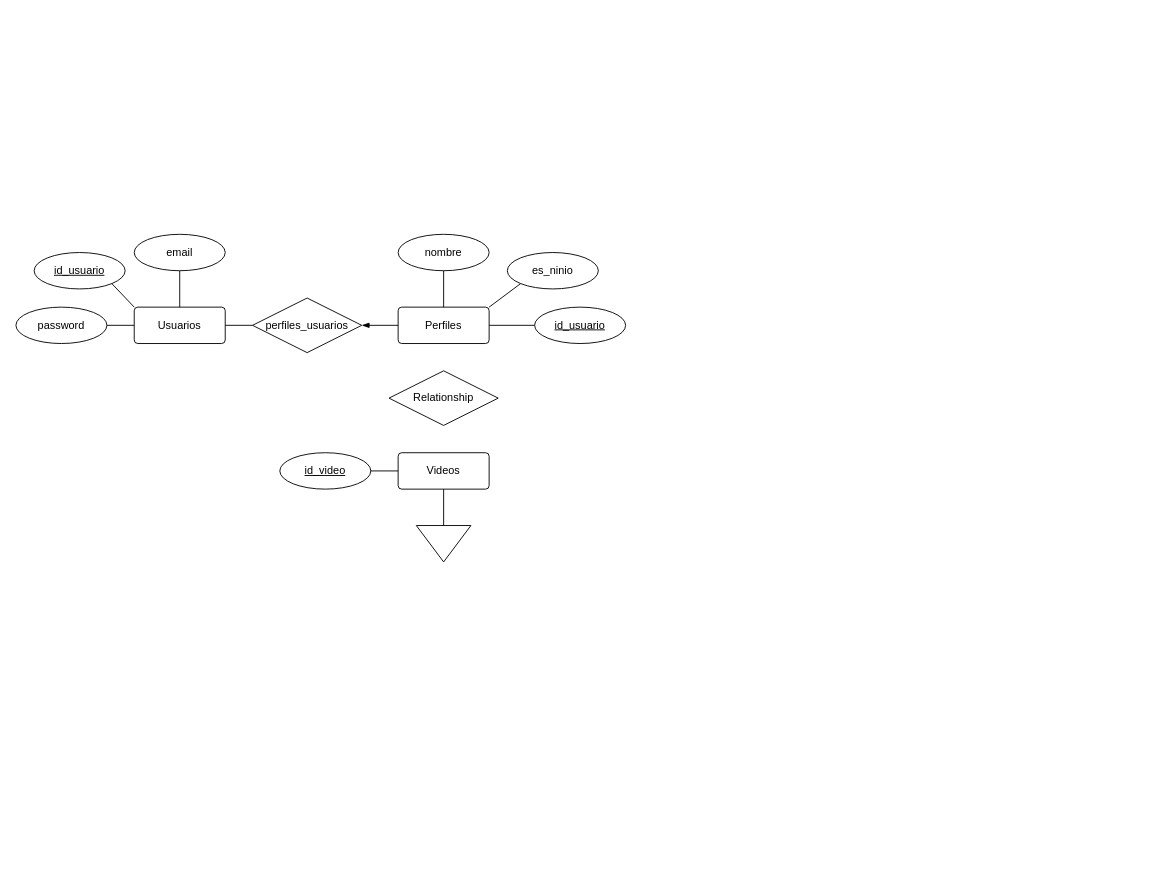
PibeCaverna/VideoDataBase-PCII keeps this draw.io diagram as Entidad-Relacion.drawio. Above is the earlier version. Source tidied: cells renumbered, new cells numbered last; positions are measured from the earlier drawing's top-left corner, leaving out a move shared by most shapes. Both pictures are drawn from the tidied source at 91%, with x=0, y=0 at pixel (15, 234).
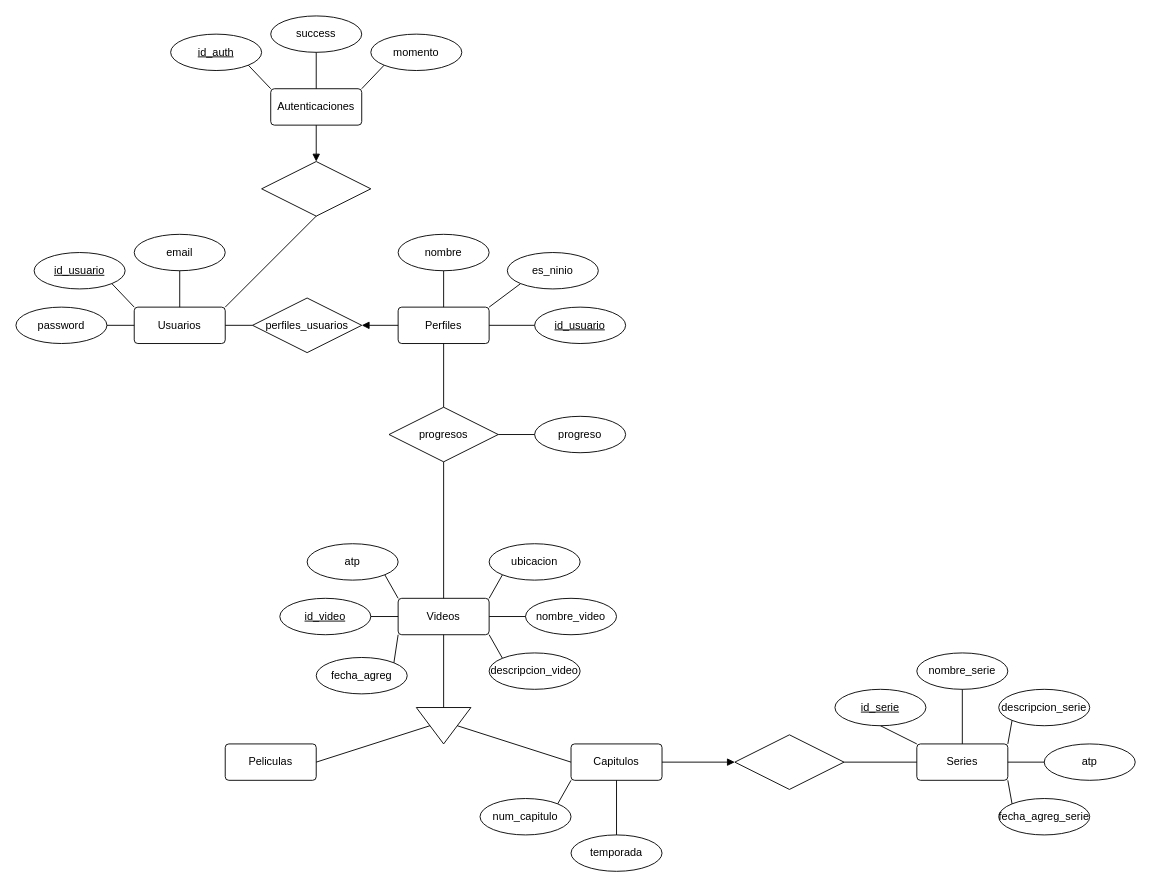
After the change.

Unchanged cells that the change refers to:
```xml
<mxCell id="2" value="Usuarios" style="rounded=1;arcSize=10;whiteSpace=wrap;html=1;align=center;" parent="1" vertex="1">
  <mxGeometry x="130" y="80" width="100" height="40" as="geometry" />
</mxCell>
<mxCell id="6" value="Perfiles" style="rounded=1;arcSize=10;whiteSpace=wrap;html=1;align=center;" parent="1" vertex="1">
  <mxGeometry x="420" y="80" width="100" height="40" as="geometry" />
</mxCell>
<mxCell id="9" value="perfiles_usuarios" style="shape=rhombus;perimeter=rhombusPerimeter;whiteSpace=wrap;html=1;align=center;" parent="1" vertex="1">
  <mxGeometry x="260" y="70" width="120" height="60" as="geometry" />
</mxCell>
```

Change to the diagram source:
```diff
@@
-    <mxCell id="10" style="endArrow=none;html=1;rounded=0;exitX=1;exitY=0.5;exitDx=0;exitDy=0;entryX=0;entryY=0.5;entryDx=0;entryDy=0;startArrow=blockThin;startFill=1;" parent="1" edge="1" source="9" target="6">
+    <mxCell id="10" style="endArrow=none;html=1;rounded=0;exitX=1;exitY=0.5;exitDx=0;exitDy=0;entryX=0;entryY=0.5;entryDx=0;entryDy=0;startArrow=block;startFill=1;" parent="1" edge="1" source="9" target="6">
       <mxGeometry relative="1" as="geometry" />
     </mxCell>
@@
     <mxCell id="17" value="Videos" style="rounded=1;arcSize=10;whiteSpace=wrap;html=1;align=center;" parent="1" vertex="1">
-      <mxGeometry x="420" y="240" width="100" height="40" as="geometry" />
+      <mxGeometry x="420" y="400" width="100" height="40" as="geometry" />
     </mxCell>
     <mxCell id="18" value="&lt;u&gt;id_video&lt;/u&gt;" style="ellipse;whiteSpace=wrap;html=1;align=center;" parent="1" vertex="1">
-      <mxGeometry x="290" y="240" width="100" height="40" as="geometry" />
+      <mxGeometry x="290" y="400" width="100" height="40" as="geometry" />
     </mxCell>
@@
     <mxCell id="22" style="triangle;whiteSpace=wrap;html=1;rotation=90;" parent="1" vertex="1">
-      <mxGeometry x="450" y="310" width="40" height="60" as="geometry" />
+      <mxGeometry x="450" y="510" width="40" height="60" as="geometry" />
     </mxCell>
@@
-    <mxCell id="24" value="Relationship" style="shape=rhombus;perimeter=rhombusPerimeter;whiteSpace=wrap;html=1;align=center;" parent="1" vertex="1">
-      <mxGeometry x="410" y="150" width="120" height="60" as="geometry" />
+    <mxCell id="24" value="progresos" style="shape=rhombus;perimeter=rhombusPerimeter;whiteSpace=wrap;html=1;align=center;" parent="1" vertex="1">
+      <mxGeometry x="410" y="190" width="120" height="60" as="geometry" />
     </mxCell>
+    <mxCell id="25" value="Autenticaciones" style="rounded=1;arcSize=10;whiteSpace=wrap;html=1;align=center;" parent="1" vertex="1">
+      <mxGeometry x="280" y="-160" width="100" height="40" as="geometry" />
+    </mxCell>
+    <mxCell id="26" value="id_auth" style="ellipse;whiteSpace=wrap;html=1;align=center;fontStyle=4;" parent="1" vertex="1">
+      <mxGeometry x="170" y="-220" width="100" height="40" as="geometry" />
+    </mxCell>
+    <mxCell id="27" value="momento" style="ellipse;whiteSpace=wrap;html=1;align=center;" parent="1" vertex="1">
+      <mxGeometry x="390" y="-220" width="100" height="40" as="geometry" />
+    </mxCell>
+    <mxCell id="28" value="success" style="ellipse;whiteSpace=wrap;html=1;align=center;" parent="1" vertex="1">
+      <mxGeometry x="280" y="-240" width="100" height="40" as="geometry" />
+    </mxCell>
+    <mxCell id="29" style="endArrow=none;html=1;rounded=0;entryX=0.5;entryY=1;entryDx=0;entryDy=0;exitX=0.5;exitY=0;exitDx=0;exitDy=0;" parent="1" edge="1" source="25" target="28">
+      <mxGeometry relative="1" as="geometry" />
+    </mxCell>
+    <mxCell id="30" style="endArrow=none;html=1;rounded=0;entryX=1;entryY=1;entryDx=0;entryDy=0;exitX=0;exitY=0;exitDx=0;exitDy=0;" parent="1" edge="1" source="25" target="26">
+      <mxGeometry relative="1" as="geometry" />
+    </mxCell>
+    <mxCell id="31" style="endArrow=none;html=1;rounded=0;exitX=0;exitY=1;exitDx=0;exitDy=0;entryX=1;entryY=0;entryDx=0;entryDy=0;" parent="1" edge="1" source="27" target="25">
+      <mxGeometry relative="1" as="geometry" />
+    </mxCell>
+    <mxCell id="32" style="shape=rhombus;perimeter=rhombusPerimeter;whiteSpace=wrap;html=1;align=center;" parent="1" vertex="1">
+      <mxGeometry x="270" y="-80" width="120" height="60" as="geometry" />
+    </mxCell>
+    <mxCell id="33" style="endArrow=none;html=1;rounded=0;exitX=1;exitY=0;exitDx=0;exitDy=0;entryX=0.5;entryY=1;entryDx=0;entryDy=0;" parent="1" edge="1" source="2" target="32">
+      <mxGeometry relative="1" as="geometry" />
+    </mxCell>
+    <mxCell id="34" style="endArrow=none;html=1;rounded=0;entryX=0.5;entryY=1;entryDx=0;entryDy=0;exitX=0.5;exitY=0;exitDx=0;exitDy=0;endFill=0;startArrow=block;startFill=1;" parent="1" edge="1" source="32" target="25">
+      <mxGeometry relative="1" as="geometry" />
+    </mxCell>
+    <mxCell id="35" style="endArrow=none;html=1;rounded=0;exitX=0.5;exitY=0;exitDx=0;exitDy=0;entryX=0.5;entryY=1;entryDx=0;entryDy=0;" parent="1" edge="1" source="24" target="6">
+      <mxGeometry relative="1" as="geometry" />
+    </mxCell>
+    <mxCell id="36" style="endArrow=none;html=1;rounded=0;exitX=0.5;exitY=0;exitDx=0;exitDy=0;entryX=0.5;entryY=1;entryDx=0;entryDy=0;" parent="1" edge="1" source="17" target="24">
+      <mxGeometry relative="1" as="geometry" />
+    </mxCell>
+    <mxCell id="37" value="progreso" style="ellipse;whiteSpace=wrap;html=1;align=center;" parent="1" vertex="1">
+      <mxGeometry x="570" y="200" width="100" height="40" as="geometry" />
+    </mxCell>
+    <mxCell id="38" style="endArrow=none;html=1;rounded=0;entryX=0;entryY=0.5;entryDx=0;entryDy=0;exitX=1;exitY=0.5;exitDx=0;exitDy=0;" parent="1" edge="1" source="24" target="37">
+      <mxGeometry relative="1" as="geometry" />
+    </mxCell>
+    <mxCell id="39" value="ubicacion" style="ellipse;whiteSpace=wrap;html=1;align=center;" parent="1" vertex="1">
+      <mxGeometry x="520" y="340" width="100" height="40" as="geometry" />
+    </mxCell>
+    <mxCell id="40" value="nombre_video" style="ellipse;whiteSpace=wrap;html=1;align=center;" parent="1" vertex="1">
+      <mxGeometry x="560" y="400" width="100" height="40" as="geometry" />
+    </mxCell>
+    <mxCell id="41" value="descripcion_video" style="ellipse;whiteSpace=wrap;html=1;align=center;" parent="1" vertex="1">
+      <mxGeometry x="520" y="460" width="100" height="40" as="geometry" />
+    </mxCell>
+    <mxCell id="42" value="atp" style="ellipse;whiteSpace=wrap;html=1;align=center;" parent="1" vertex="1">
+      <mxGeometry x="320" y="340" width="100" height="40" as="geometry" />
+    </mxCell>
+    <mxCell id="43" style="endArrow=none;html=1;rounded=0;exitX=1;exitY=1;exitDx=0;exitDy=0;entryX=0;entryY=0;entryDx=0;entryDy=0;" parent="1" edge="1" source="42" target="17">
+      <mxGeometry relative="1" as="geometry" />
+    </mxCell>
+    <mxCell id="44" style="endArrow=none;html=1;rounded=0;exitX=0;exitY=1;exitDx=0;exitDy=0;entryX=1;entryY=0;entryDx=0;entryDy=0;" parent="1" edge="1" source="39" target="17">
+      <mxGeometry relative="1" as="geometry" />
+    </mxCell>
+    <mxCell id="45" style="endArrow=none;html=1;rounded=0;exitX=0;exitY=0.5;exitDx=0;exitDy=0;entryX=1;entryY=0.5;entryDx=0;entryDy=0;" parent="1" edge="1" source="40" target="17">
+      <mxGeometry relative="1" as="geometry" />
+    </mxCell>
+    <mxCell id="46" style="endArrow=none;html=1;rounded=0;exitX=0;exitY=0;exitDx=0;exitDy=0;entryX=1;entryY=1;entryDx=0;entryDy=0;" parent="1" edge="1" source="41" target="17">
+      <mxGeometry relative="1" as="geometry" />
+    </mxCell>
+    <mxCell id="47" value="Capitulos" style="rounded=1;arcSize=10;whiteSpace=wrap;html=1;align=center;" parent="1" vertex="1">
+      <mxGeometry x="610" y="560" width="100" height="40" as="geometry" />
+    </mxCell>
+    <mxCell id="48" value="Peliculas" style="rounded=1;arcSize=10;whiteSpace=wrap;html=1;align=center;" parent="1" vertex="1">
+      <mxGeometry x="230" y="560" width="100" height="40" as="geometry" />
+    </mxCell>
+    <mxCell id="49" style="endArrow=none;html=1;rounded=0;exitX=1;exitY=0.5;exitDx=0;exitDy=0;entryX=0.5;entryY=1;entryDx=0;entryDy=0;" parent="1" edge="1" source="48" target="22">
+      <mxGeometry relative="1" as="geometry" />
+    </mxCell>
+    <mxCell id="50" style="endArrow=none;html=1;rounded=0;exitX=0;exitY=0.5;exitDx=0;exitDy=0;entryX=0.5;entryY=0;entryDx=0;entryDy=0;" parent="1" edge="1" source="47" target="22">
+      <mxGeometry relative="1" as="geometry" />
+    </mxCell>
+    <mxCell id="51" value="num_capitulo" style="ellipse;whiteSpace=wrap;html=1;align=center;" parent="1" vertex="1">
+      <mxGeometry x="510" y="620" width="100" height="40" as="geometry" />
+    </mxCell>
+    <mxCell id="52" value="temporada" style="ellipse;whiteSpace=wrap;html=1;align=center;" parent="1" vertex="1">
+      <mxGeometry x="610" y="660" width="100" height="40" as="geometry" />
+    </mxCell>
+    <mxCell id="53" style="endArrow=none;html=1;rounded=0;exitX=1;exitY=0;exitDx=0;exitDy=0;entryX=0;entryY=1;entryDx=0;entryDy=0;" parent="1" edge="1" source="51" target="47">
+      <mxGeometry relative="1" as="geometry" />
+    </mxCell>
+    <mxCell id="54" style="endArrow=none;html=1;rounded=0;exitX=0.5;exitY=0;exitDx=0;exitDy=0;entryX=0.5;entryY=1;entryDx=0;entryDy=0;" parent="1" edge="1" source="52" target="47">
+      <mxGeometry relative="1" as="geometry" />
+    </mxCell>
+    <mxCell id="55" style="shape=rhombus;perimeter=rhombusPerimeter;whiteSpace=wrap;html=1;align=center;" parent="1" vertex="1">
+      <mxGeometry x="790" y="550" width="120" height="60" as="geometry" />
+    </mxCell>
+    <mxCell id="56" style="endArrow=none;html=1;rounded=0;exitX=0;exitY=0.5;exitDx=0;exitDy=0;entryX=1;entryY=0.5;entryDx=0;entryDy=0;startArrow=block;startFill=1;" parent="1" edge="1" source="55" target="47">
+      <mxGeometry relative="1" as="geometry" />
+    </mxCell>
+    <mxCell id="57" value="Series" style="rounded=1;arcSize=10;whiteSpace=wrap;html=1;align=center;" parent="1" vertex="1">
+      <mxGeometry x="990" y="560" width="100" height="40" as="geometry" />
+    </mxCell>
+    <mxCell id="58" value="&lt;u&gt;id_serie&lt;/u&gt;" style="ellipse;whiteSpace=wrap;html=1;align=center;" parent="1" vertex="1">
+      <mxGeometry x="900" y="500" width="100" height="40" as="geometry" />
+    </mxCell>
+    <mxCell id="59" value="nombre_serie" style="ellipse;whiteSpace=wrap;html=1;align=center;" parent="1" vertex="1">
+      <mxGeometry x="990" y="460" width="100" height="40" as="geometry" />
+    </mxCell>
+    <mxCell id="60" value="descripcion_serie" style="ellipse;whiteSpace=wrap;html=1;align=center;" parent="1" vertex="1">
+      <mxGeometry x="1080" y="500" width="100" height="40" as="geometry" />
+    </mxCell>
+    <mxCell id="61" value="atp" style="ellipse;whiteSpace=wrap;html=1;align=center;" parent="1" vertex="1">
+      <mxGeometry x="1130" y="560" width="100" height="40" as="geometry" />
+    </mxCell>
+    <mxCell id="62" value="fecha_agreg_serie" style="ellipse;whiteSpace=wrap;html=1;align=center;" parent="1" vertex="1">
+      <mxGeometry x="1080" y="620" width="100" height="40" as="geometry" />
+    </mxCell>
+    <mxCell id="63" style="endArrow=none;html=1;rounded=0;exitX=0;exitY=0;exitDx=0;exitDy=0;entryX=0.5;entryY=1;entryDx=0;entryDy=0;" parent="1" edge="1" source="57" target="58">
+      <mxGeometry relative="1" as="geometry" />
+    </mxCell>
+    <mxCell id="64" style="endArrow=none;html=1;rounded=0;exitX=0.5;exitY=0;exitDx=0;exitDy=0;entryX=0.5;entryY=1;entryDx=0;entryDy=0;" parent="1" edge="1" source="57" target="59">
+      <mxGeometry relative="1" as="geometry" />
+    </mxCell>
+    <mxCell id="65" style="endArrow=none;html=1;rounded=0;exitX=1;exitY=0;exitDx=0;exitDy=0;entryX=0;entryY=1;entryDx=0;entryDy=0;" parent="1" edge="1" source="57" target="60">
+      <mxGeometry relative="1" as="geometry" />
+    </mxCell>
+    <mxCell id="66" style="endArrow=none;html=1;rounded=0;exitX=1;exitY=0.5;exitDx=0;exitDy=0;entryX=0;entryY=0.5;entryDx=0;entryDy=0;" parent="1" edge="1" source="57" target="61">
+      <mxGeometry relative="1" as="geometry" />
+    </mxCell>
+    <mxCell id="67" style="endArrow=none;html=1;rounded=0;exitX=1;exitY=1;exitDx=0;exitDy=0;entryX=0;entryY=0;entryDx=0;entryDy=0;" parent="1" edge="1" source="57" target="62">
+      <mxGeometry relative="1" as="geometry" />
+    </mxCell>
+    <mxCell id="68" style="endArrow=none;html=1;rounded=0;exitX=1;exitY=0.5;exitDx=0;exitDy=0;entryX=0;entryY=0.5;entryDx=0;entryDy=0;" parent="1" edge="1" source="55" target="57">
+      <mxGeometry relative="1" as="geometry" />
+    </mxCell>
+    <mxCell id="69" value="fecha_agreg" style="ellipse;whiteSpace=wrap;html=1;align=center;" parent="1" vertex="1">
+      <mxGeometry x="330" y="465" width="100" height="40" as="geometry" />
+    </mxCell>
+    <mxCell id="70" style="endArrow=none;html=1;rounded=0;exitX=0;exitY=1;exitDx=0;exitDy=0;entryX=1;entryY=0;entryDx=0;entryDy=0;" parent="1" edge="1" source="17" target="69">
+      <mxGeometry relative="1" as="geometry" />
+    </mxCell>
```
